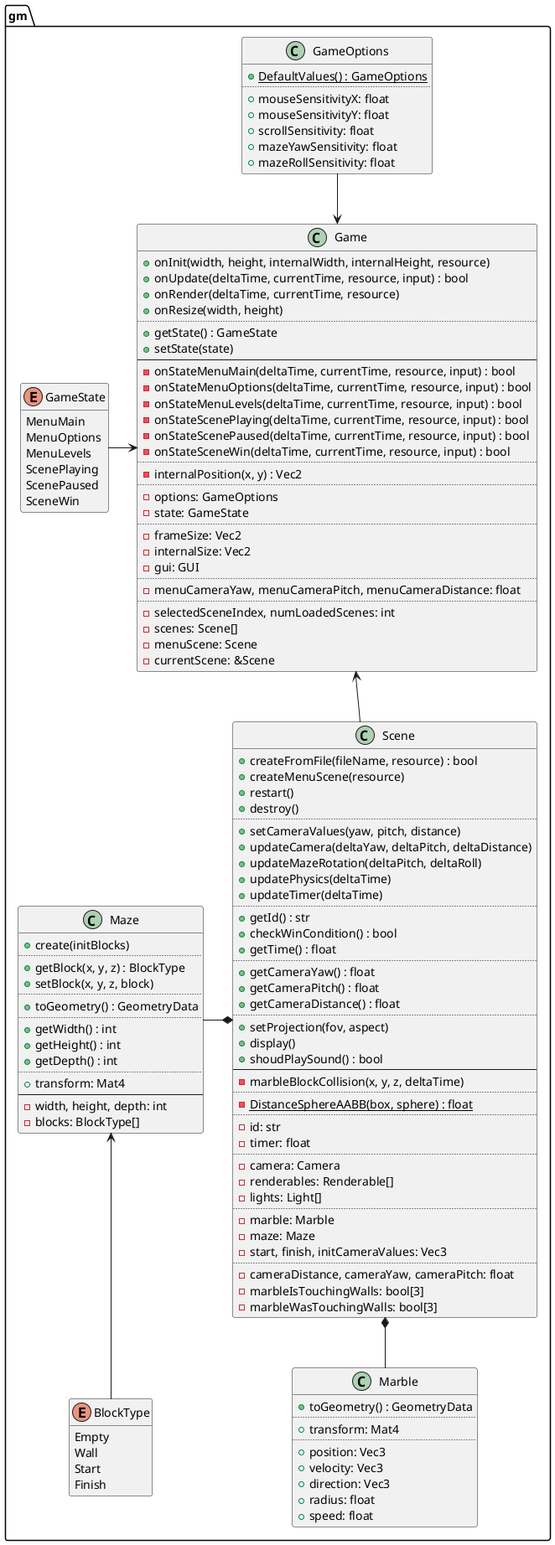
The PlantUML diagram design/gm.png in ba6er/marblemaze, before a commit.
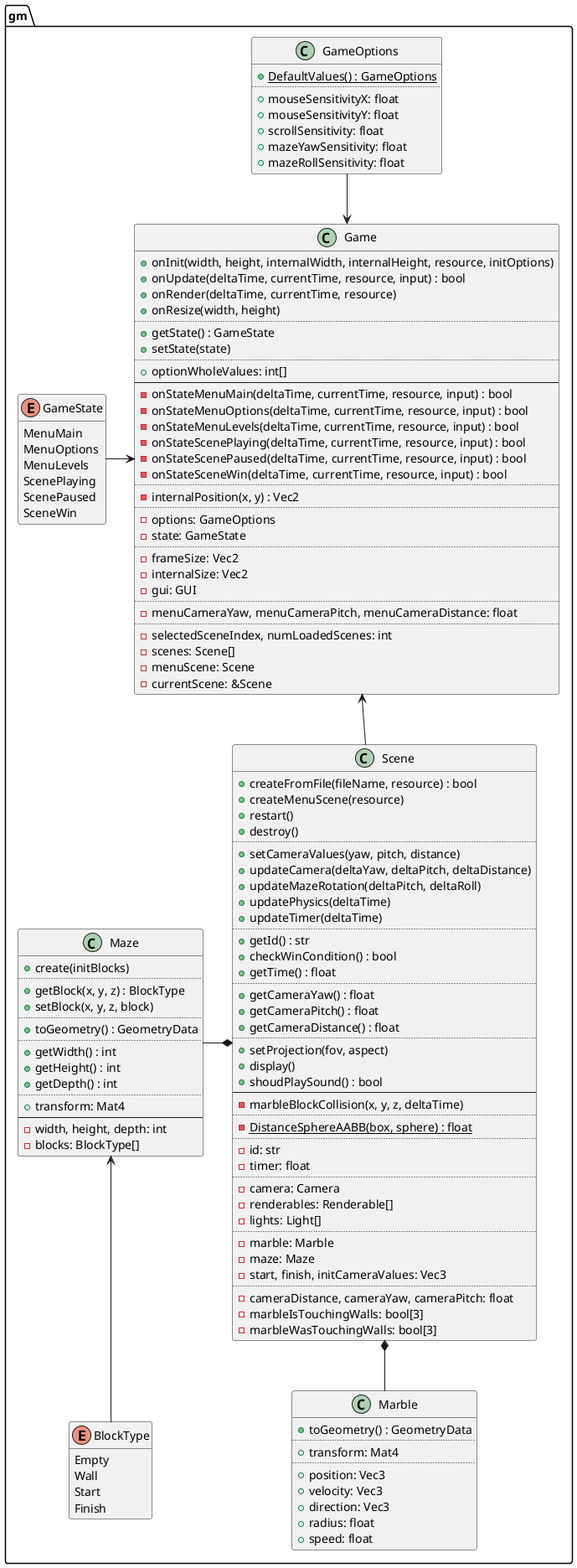
The same diagram one commit later.

What changed in the source:
```diff
@@ -23,13 +23,15 @@
 hide GameOptions methods
 
 class gm::Game {
-	+onInit(width, height, internalWidth, internalHeight, resource)
+	+onInit(width, height, internalWidth, internalHeight, resource, initOptions)
 	+onUpdate(deltaTime, currentTime, resource, input) : bool
 	+onRender(deltaTime, currentTime, resource)
 	+onResize(width, height)
 	..
 	+getState() : GameState
 	+setState(state)
+	..
+	+optionWholeValues: int[]
 	--
 	-onStateMenuMain(deltaTime, currentTime, resource, input) : bool
 	-onStateMenuOptions(deltaTime, currentTime, resource, input) : bool
```
